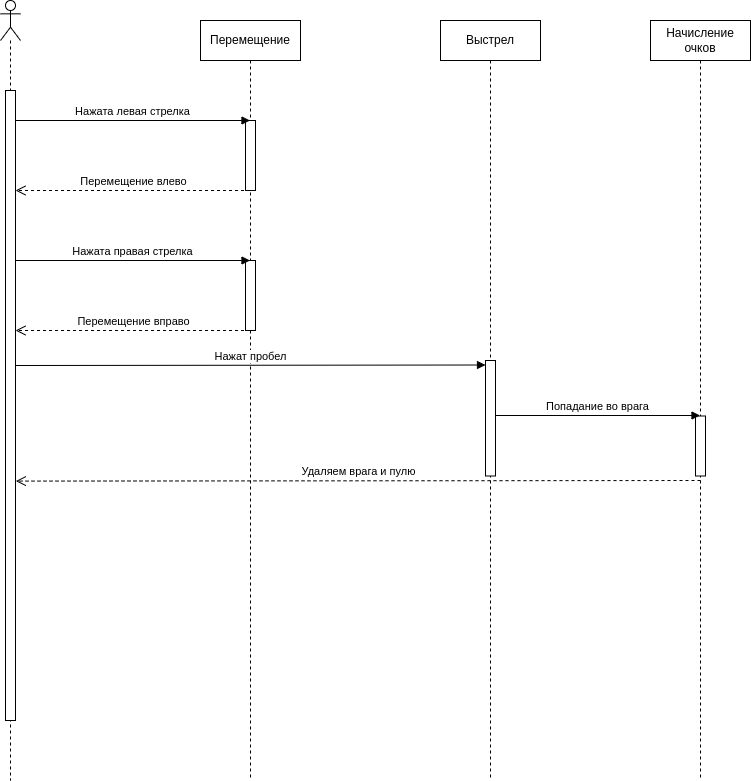
Earlier version of the draw.io export posled_diagr/Move_and_shoot.png (postavtezachet/TRIPTO2). Source tidied: cells renumbered, new cells last; positions are measured from the earlier drawing's top-left corner, leaving out a move shared by most shapes. Its diagram source:
```xml
<mxGraphModel>
  <root>
    <mxCell id="0" />
    <mxCell id="1" parent="0" />
    <mxCell id="2" style="shape=umlLifeline;participant=umlActor;perimeter=lifelinePerimeter;whiteSpace=wrap;html=1;verticalAlign=top;spacingTop=36;" parent="1" vertex="1">
      <mxGeometry width="20" height="780" as="geometry" />
    </mxCell>
    <mxCell id="3" style="html=1;points=[];perimeter=orthogonalPerimeter;" parent="1" vertex="1">
      <mxGeometry x="5" y="90" width="10" height="630" as="geometry" />
    </mxCell>
    <mxCell id="4" value="Перемещение" style="shape=umlLifeline;perimeter=lifelinePerimeter;whiteSpace=wrap;html=1;outlineConnect=0;" parent="1" vertex="1">
      <mxGeometry x="200" y="20" width="100" height="760" as="geometry" />
    </mxCell>
    <mxCell id="5" style="html=1;perimeter=orthogonalPerimeter;" parent="4" vertex="1">
      <mxGeometry x="45" y="100" width="10" height="70" as="geometry" />
    </mxCell>
    <mxCell id="6" value="Нажата левая стрелка" style="html=1;verticalAlign=bottom;endArrow=block;" parent="1" edge="1" target="4">
      <mxGeometry relative="1" as="geometry">
        <mxPoint x="15" y="120" as="sourcePoint" />
      </mxGeometry>
    </mxCell>
    <mxCell id="7" value="Перемещение влево" style="html=1;verticalAlign=bottom;endArrow=open;dashed=1;endSize=8;" parent="1" edge="1" source="4">
      <mxGeometry relative="1" as="geometry">
        <mxPoint x="15" y="190" as="targetPoint" />
      </mxGeometry>
    </mxCell>
    <mxCell id="8" style="html=1;perimeter=orthogonalPerimeter;" parent="1" vertex="1">
      <mxGeometry x="245" y="260" width="10" height="70" as="geometry" />
    </mxCell>
    <mxCell id="9" value="Нажата правая стрелка" style="html=1;verticalAlign=bottom;endArrow=block;" parent="1" edge="1">
      <mxGeometry relative="1" as="geometry">
        <mxPoint x="15" y="260" as="sourcePoint" />
        <mxPoint x="249.5" y="260" as="targetPoint" />
      </mxGeometry>
    </mxCell>
    <mxCell id="10" value="Перемещение вправо" style="html=1;verticalAlign=bottom;endArrow=open;dashed=1;endSize=8;" parent="1" edge="1">
      <mxGeometry relative="1" as="geometry">
        <mxPoint x="249.5" y="330" as="sourcePoint" />
        <mxPoint x="15" y="330" as="targetPoint" />
      </mxGeometry>
    </mxCell>
    <mxCell id="11" value="Выстрел" style="shape=umlLifeline;perimeter=lifelinePerimeter;whiteSpace=wrap;html=1;" parent="1" vertex="1">
      <mxGeometry x="440" y="20" width="100" height="760" as="geometry" />
    </mxCell>
    <mxCell id="12" style="html=1;perimeter=orthogonalPerimeter;" parent="11" vertex="1">
      <mxGeometry x="45" y="340" width="10" height="115.5" as="geometry" />
    </mxCell>
    <mxCell id="13" value="Нажат пробел" style="html=1;verticalAlign=bottom;endArrow=block;" parent="1" edge="1">
      <mxGeometry relative="1" as="geometry">
        <mxPoint x="15.5" y="365" as="sourcePoint" />
        <mxPoint x="485" y="364.5" as="targetPoint" />
      </mxGeometry>
    </mxCell>
    <mxCell id="14" value="Начисление очков" style="shape=umlLifeline;perimeter=lifelinePerimeter;whiteSpace=wrap;html=1;" parent="1" vertex="1">
      <mxGeometry x="650" y="20" width="100" height="760" as="geometry" />
    </mxCell>
    <mxCell id="15" style="html=1;perimeter=orthogonalPerimeter;" parent="14" vertex="1">
      <mxGeometry x="45" y="395.5" width="10" height="60" as="geometry" />
    </mxCell>
    <mxCell id="16" value="Попадание во врага" style="html=1;verticalAlign=bottom;endArrow=block;" parent="1" edge="1">
      <mxGeometry relative="1" as="geometry">
        <mxPoint x="495" y="415" as="sourcePoint" />
        <mxPoint x="699.5" y="415" as="targetPoint" />
      </mxGeometry>
    </mxCell>
    <mxCell id="17" value="Удаляем врага и пулю" style="html=1;verticalAlign=bottom;endArrow=open;dashed=1;endSize=8;entryX=1.032;entryY=0.62;entryDx=0;entryDy=0;entryPerimeter=0;" parent="1" edge="1" target="3">
      <mxGeometry relative="1" as="geometry">
        <mxPoint x="700" y="480" as="sourcePoint" />
      </mxGeometry>
    </mxCell>
  </root>
</mxGraphModel>
```
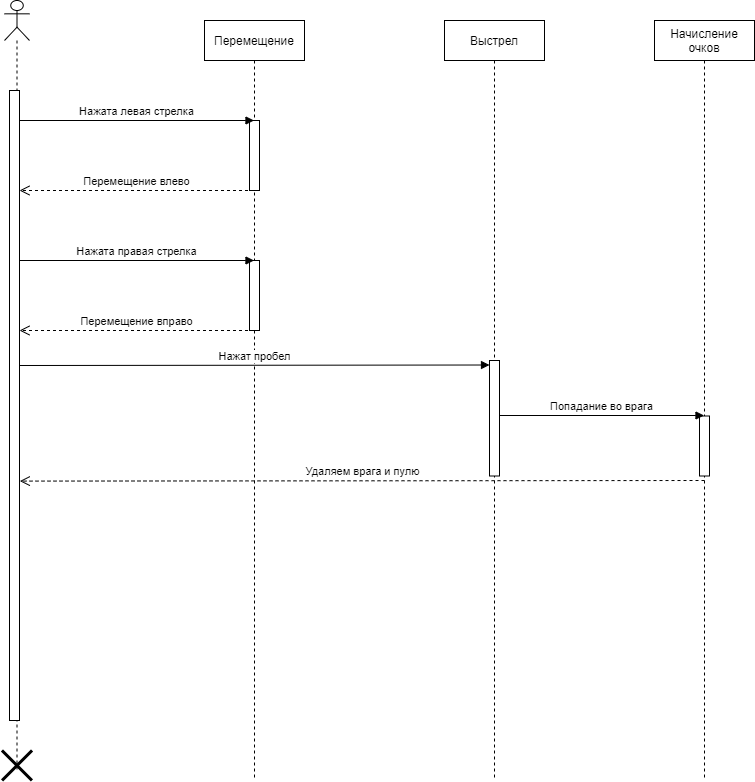
The same file after the commit.

What changed in the source:
```diff
@@ -3,8 +3,11 @@
     <mxCell id="0" />
     <mxCell id="1" parent="0" />
     <mxCell id="2" style="shape=umlLifeline;participant=umlActor;perimeter=lifelinePerimeter;whiteSpace=wrap;html=1;verticalAlign=top;spacingTop=36;" parent="1" vertex="1">
-      <mxGeometry width="20" height="780" as="geometry" />
+      <mxGeometry width="25" height="770" as="geometry" />
     </mxCell>
+    <mxCell id="18" style="shape=umlDestroy;whiteSpace=wrap;html=1;strokeWidth=3;" parent="2" vertex="1">
+      <mxGeometry x="-2.5" y="750" width="30" height="30" as="geometry" />
+    </mxCell>
     <mxCell id="3" style="html=1;points=[];perimeter=orthogonalPerimeter;" parent="1" vertex="1">
       <mxGeometry x="5" y="90" width="10" height="630" as="geometry" />
     </mxCell>
```
